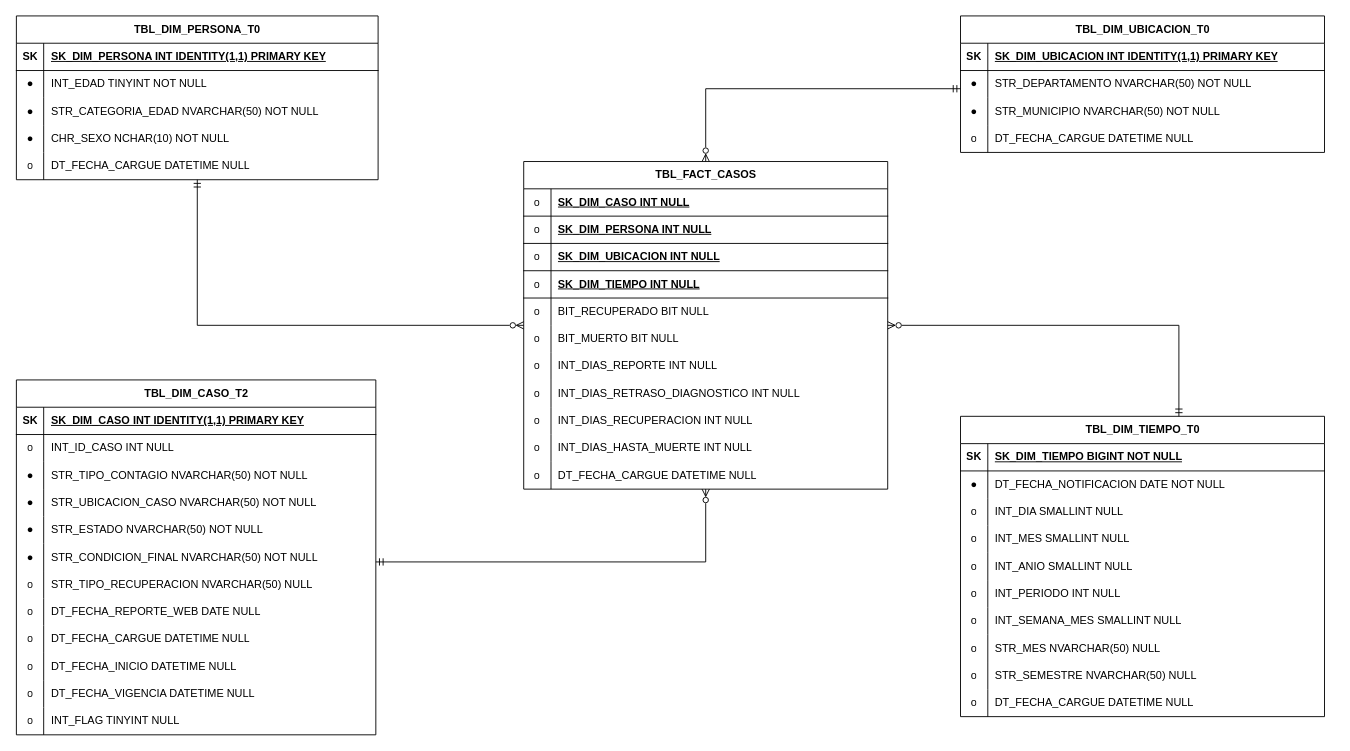
Above: DISENO/DIAGRAMA/ETL_COVID_19_COL_MODELO_ESTRELLA_FISICO.drawio in danieltorrez29/ETL_COVID_19_COLOMBIA (draw.io), before the change. Source tidied: cells renumbered, new cells numbered last; positions are measured from the earlier drawing's top-left corner, leaving out a move shared by most shapes. Both pictures are drawn from the tidied source at 91%, with x=0, y=0 at pixel (15, 15).
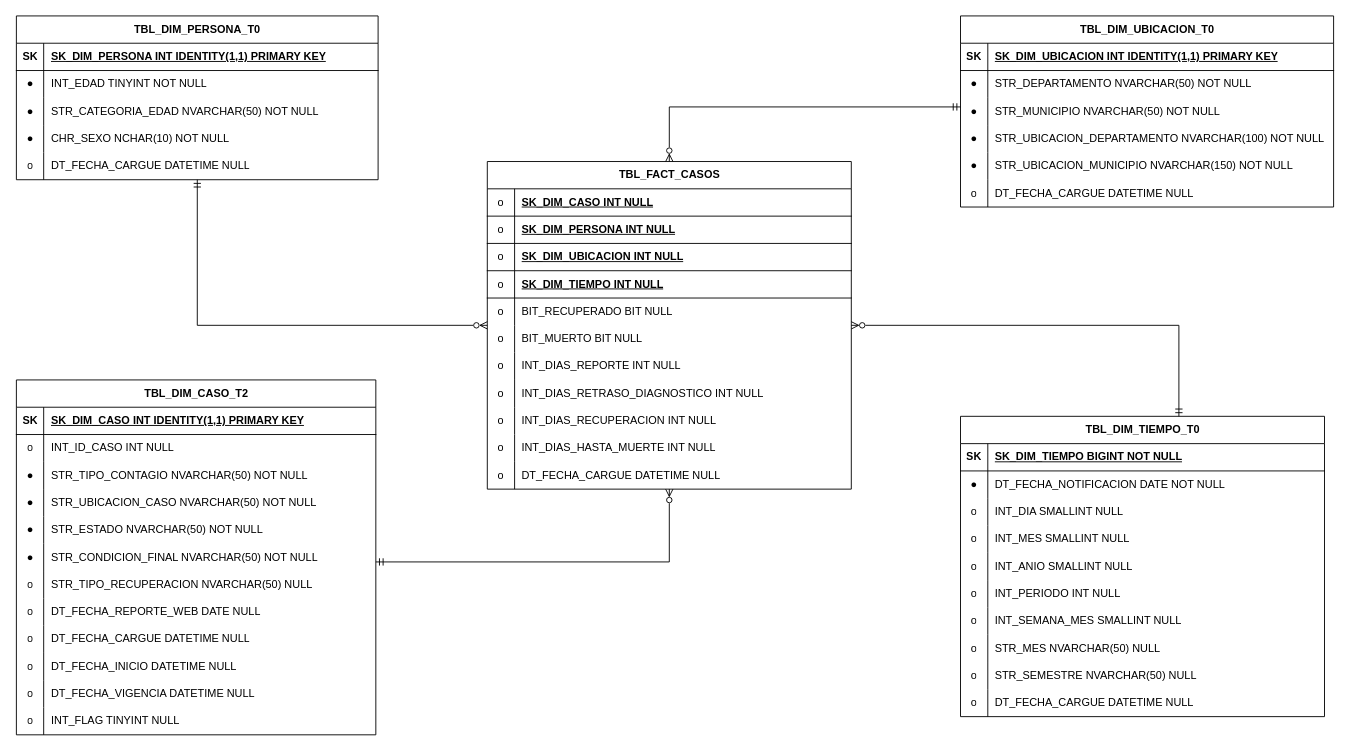
Above is the later version.

The change refers to these unchanged cells:
```xml
<mxCell id="63" value="TBL_DIM_CASO_T2" style="shape=table;startSize=30;childLayout=tableLayout;rowLines=0;fontStyle=1;align=center;html=1;" parent="1" vertex="1">
  <mxGeometry x="0.5" y="400" width="395" height="390" as="geometry" />
</mxCell>
```

The edit, as a diff of the source:
```diff
@@
     <mxCell id="33" value="TBL_DIM_UBICACION_T0" style="shape=table;startSize=30;childLayout=tableLayout;rowLines=0;fontStyle=1;align=center;html=1;" parent="1" vertex="1">
-      <mxGeometry x="1038" width="400" height="150" as="geometry" />
+      <mxGeometry x="1038" width="410" height="210" as="geometry" />
     </mxCell>
     <mxCell id="34" style="shape=tableRow;horizontal=0;startSize=0;swimlaneHead=0;swimlaneBody=0;fillColor=none;top=0;left=0;right=0;bottom=1;" parent="33" vertex="1">
-      <mxGeometry y="30" width="400" height="30" as="geometry" />
+      <mxGeometry y="30" width="410" height="30" as="geometry" />
     </mxCell>
@@
     <mxCell id="36" value="SK_DIM_UBICACION INT IDENTITY(1,1) PRIMARY KEY" style="shape=partialRectangle;fillColor=none;top=0;left=0;bottom=0;right=0;align=left;spacingLeft=6;fontStyle=5;overflow=hidden;whiteSpace=wrap;html=1;" parent="34" vertex="1">
-      <mxGeometry x="30" width="370" height="30" as="geometry" />
+      <mxGeometry x="30" width="380" height="30" as="geometry" />
     </mxCell>
     <mxCell id="37" style="shape=tableRow;horizontal=0;startSize=0;swimlaneHead=0;swimlaneBody=0;fillColor=none;top=0;left=0;right=0;bottom=0;" parent="33" vertex="1">
-      <mxGeometry y="60" width="400" height="30" as="geometry" />
+      <mxGeometry y="60" width="410" height="30" as="geometry" />
     </mxCell>
@@
     <mxCell id="39" value="STR_DEPARTAMENTO NVARCHAR(50) NOT NULL" style="shape=partialRectangle;fillColor=none;top=0;left=0;bottom=0;right=0;align=left;spacingLeft=6;overflow=hidden;whiteSpace=wrap;html=1;" parent="37" vertex="1">
-      <mxGeometry x="30" width="370" height="30" as="geometry" />
+      <mxGeometry x="30" width="380" height="30" as="geometry" />
     </mxCell>
     <mxCell id="40" style="shape=tableRow;horizontal=0;startSize=0;swimlaneHead=0;swimlaneBody=0;fillColor=none;top=0;left=0;right=0;bottom=0;" parent="33" vertex="1">
-      <mxGeometry y="90" width="400" height="30" as="geometry" />
+      <mxGeometry y="90" width="410" height="30" as="geometry" />
     </mxCell>
@@
     <mxCell id="42" value="STR_MUNICIPIO NVARCHAR(50) NOT NULL" style="shape=partialRectangle;fillColor=none;top=0;left=0;bottom=0;right=0;align=left;spacingLeft=6;overflow=hidden;whiteSpace=wrap;html=1;" parent="40" vertex="1">
-      <mxGeometry x="30" width="370" height="30" as="geometry" />
+      <mxGeometry x="30" width="380" height="30" as="geometry" />
     </mxCell>
+    <mxCell id="137" style="shape=tableRow;horizontal=0;startSize=0;swimlaneHead=0;swimlaneBody=0;fillColor=none;top=0;left=0;right=0;bottom=0;" parent="33" vertex="1">
+      <mxGeometry y="120" width="410" height="30" as="geometry" />
+    </mxCell>
+    <mxCell id="138" value="●" style="shape=partialRectangle;fillColor=none;top=0;left=0;bottom=0;right=0;overflow=hidden;whiteSpace=wrap;html=1;" parent="137" vertex="1">
+      <mxGeometry width="30" height="30" as="geometry" />
+    </mxCell>
+    <mxCell id="139" value="STR_UBICACION_DEPARTAMENTO NVARCHAR(100) NOT NULL" style="shape=partialRectangle;fillColor=none;top=0;left=0;bottom=0;right=0;align=left;spacingLeft=6;overflow=hidden;whiteSpace=wrap;html=1;" parent="137" vertex="1">
+      <mxGeometry x="30" width="380" height="30" as="geometry" />
+    </mxCell>
+    <mxCell id="140" style="shape=tableRow;horizontal=0;startSize=0;swimlaneHead=0;swimlaneBody=0;fillColor=none;top=0;left=0;right=0;bottom=0;" parent="33" vertex="1">
+      <mxGeometry y="150" width="410" height="30" as="geometry" />
+    </mxCell>
+    <mxCell id="141" value="●" style="shape=partialRectangle;fillColor=none;top=0;left=0;bottom=0;right=0;overflow=hidden;whiteSpace=wrap;html=1;" parent="140" vertex="1">
+      <mxGeometry width="30" height="30" as="geometry" />
+    </mxCell>
+    <mxCell id="142" value="STR_UBICACION_MUNICIPIO NVARCHAR(150) NOT NULL" style="shape=partialRectangle;fillColor=none;top=0;left=0;bottom=0;right=0;align=left;spacingLeft=6;overflow=hidden;whiteSpace=wrap;html=1;" parent="140" vertex="1">
+      <mxGeometry x="30" width="380" height="30" as="geometry" />
+    </mxCell>
     <mxCell id="43" style="shape=tableRow;horizontal=0;startSize=0;swimlaneHead=0;swimlaneBody=0;fillColor=none;top=0;left=0;right=0;bottom=0;" parent="33" vertex="1">
-      <mxGeometry y="120" width="400" height="30" as="geometry" />
+      <mxGeometry y="180" width="410" height="30" as="geometry" />
     </mxCell>
@@
     <mxCell id="45" value="DT_FECHA_CARGUE DATETIME NULL" style="shape=partialRectangle;fillColor=none;top=0;left=0;bottom=0;right=0;align=left;spacingLeft=6;overflow=hidden;whiteSpace=wrap;html=1;" parent="43" vertex="1">
-      <mxGeometry x="30" width="370" height="30" as="geometry" />
+      <mxGeometry x="30" width="380" height="30" as="geometry" />
     </mxCell>
@@
     <mxCell id="100" value="TBL_FACT_CASOS" style="shape=table;startSize=30;childLayout=tableLayout;rowLines=0;fontStyle=1;align=center;html=1;" parent="1" vertex="1">
-      <mxGeometry x="558" y="160" width="400" height="360" as="geometry" />
+      <mxGeometry x="518" y="160" width="400" height="360" as="geometry" />
     </mxCell>
@@
     <mxCell id="134" style="edgeStyle=orthogonalEdgeStyle;rounded=0;jettySize=auto;html=1;startArrow=ERmandOne;startFill=0;endArrow=ERzeroToMany;endFill=0;" parent="1" edge="1" source="63" target="100">
       <mxGeometry relative="1" as="geometry">
         <Array as="points">
-          <mxPoint x="758" y="600" />
+          <mxPoint x="718" y="600" />
         </Array>
       </mxGeometry>
     </mxCell>
@@
     <mxCell id="136" style="edgeStyle=orthogonalEdgeStyle;rounded=0;jettySize=auto;html=1;startArrow=ERmandOne;startFill=0;endArrow=ERzeroToMany;endFill=0;" parent="1" edge="1" source="33" target="100">
       <mxGeometry relative="1" as="geometry">
         <Array as="points">
-          <mxPoint x="758" y="80" />
+          <mxPoint x="718" y="100" />
         </Array>
       </mxGeometry>
     </mxCell>
```
